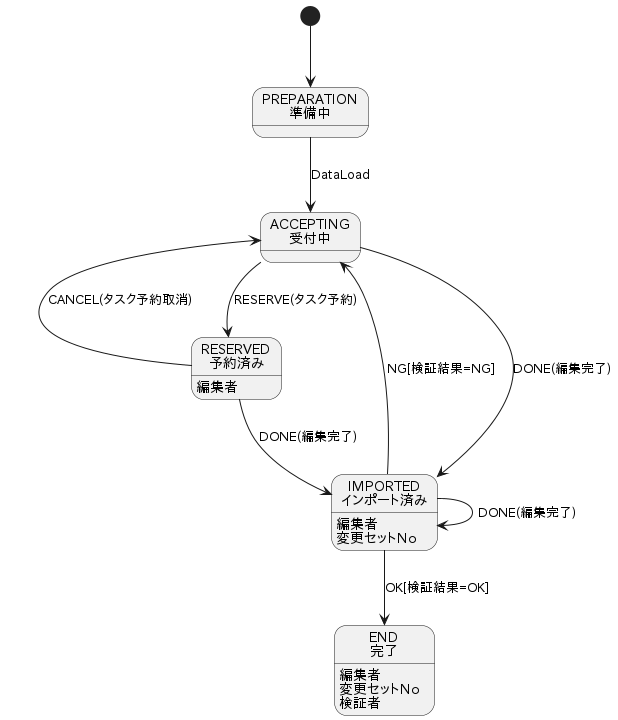
The PlantUML diagram TaskStatus.png in yuuhayashi/task-bldg, before a commit.
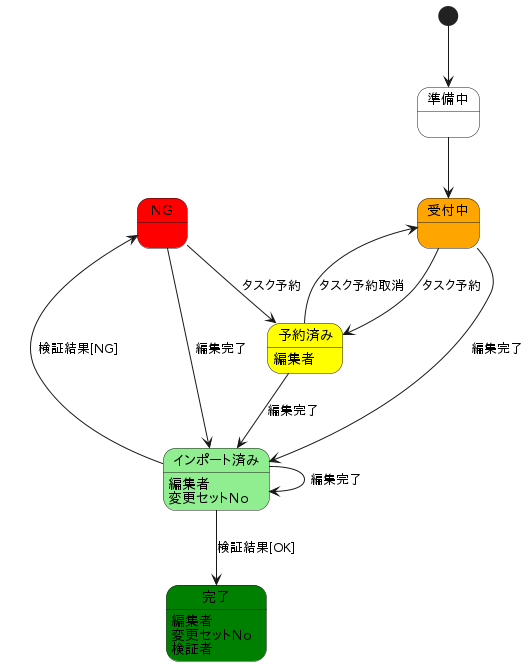
Above is the later version.

Commit message:
状態遷移図に色を付けた

What changed in the source:
```diff
@@ -1,34 +1,40 @@
 @startuml
 
-[*] --> PREPARATION
-PREPARATION --> ACCEPTING : DataLoad
-ACCEPTING --> RESERVED	: RESERVE(タスク予約)
-ACCEPTING --> IMPORTED	: DONE(編集完了)
-RESERVED --> IMPORTED	: DONE(編集完了)
-IMPORTED --> IMPORTED	: DONE(編集完了)
-ACCEPTING <-- RESERVED	: CANCEL(タスク予約取消)
-
-IMPORTED --> END	: OK[検証結果=OK]
-ACCEPTING <-- IMPORTED : NG[検証結果=NG]
-
-state "PREPARATION\n準備中" as PREPARATION {
+state "準備中" as PREPARATION #FFFFFF {
 }
 
-state "ACCEPTING\n受付中" as ACCEPTING {
+state "受付中" as ACCEPTING #orange {
 }
 
-state "RESERVED\n予約済み" as RESERVED {
+state "NG" as NG #red {
+}
+
+state "予約済み" as RESERVED #yellow {
 	RESERVED : 編集者
 }
 
-state "IMPORTED\nインポート済み" as IMPORTED {
+state "インポート済み" as IMPORTED #lightgreen {
 	IMPORTED : 編集者
 	IMPORTED : 変更セットNo
 }
 
-state "END\n完了" as END {
+state "完了" as END #green {
 	END : 編集者
 	END : 変更セットNo
 	END : 検証者
 }
+
+[*] --> PREPARATION
+PREPARATION --> ACCEPTING
+ACCEPTING --> RESERVED	: タスク予約
+NG --> RESERVED	: タスク予約
+ACCEPTING --> IMPORTED	: 編集完了
+NG --> IMPORTED	: 編集完了
+RESERVED --> IMPORTED	: 編集完了
+IMPORTED --> IMPORTED	: 編集完了
+ACCEPTING <- RESERVED	: タスク予約取消
+
+IMPORTED --> END	: 検証結果[OK]
+NG <- IMPORTED		: 検証結果[NG]
+
 @enduml
```
